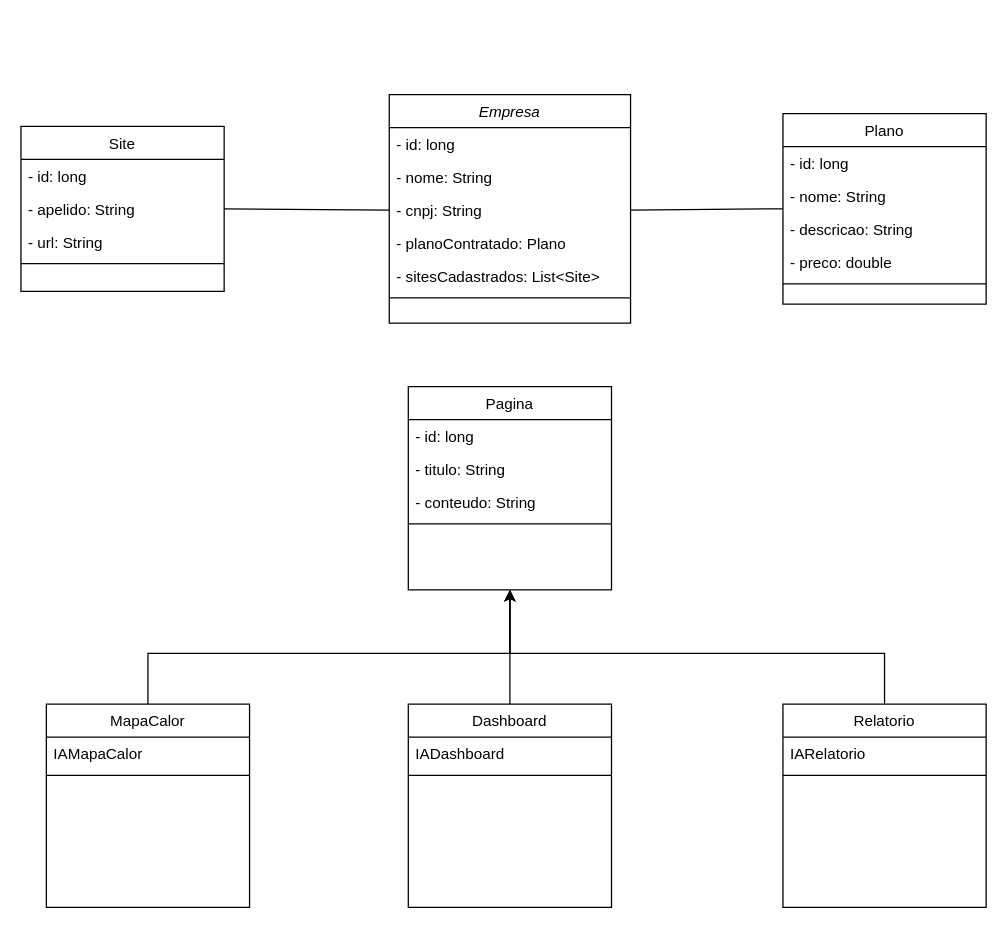
Santlago/HeatWise keeps this draw.io diagram as informacoes/diagrama-de-classes/HeatWise.drawio. Above is the earlier version. Source tidied: cells renumbered, new cells numbered last; positions are measured from the earlier drawing's top-left corner, leaving out a move shared by most shapes. Both pictures are drawn from the tidied source at 127%, with x=0, y=0 at pixel (20, 94).
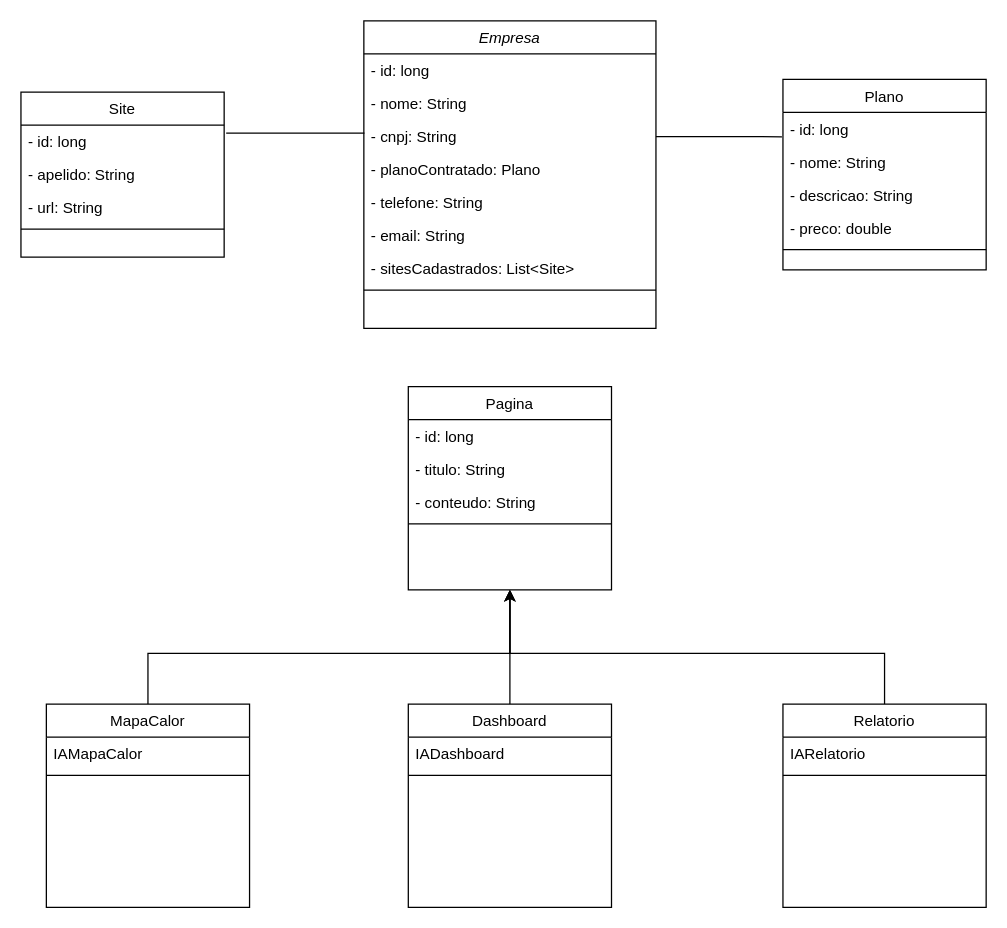
After the change.

The change refers to these unchanged cells:
```xml
<mxCell id="10" value="- id: long" style="text;align=left;verticalAlign=top;spacingLeft=4;spacingRight=4;overflow=hidden;points=[[0,0.5],[1,0.5]];portConstraint=eastwest;" parent="9" vertex="1">
  <mxGeometry y="26" width="160" height="26" as="geometry" />
</mxCell>
<mxCell id="11" value="- apelido: String" style="text;align=left;verticalAlign=top;spacingLeft=4;spacingRight=4;overflow=hidden;points=[[0,0.5],[1,0.5]];portConstraint=eastwest;rounded=0;shadow=0;html=0;" parent="9" vertex="1">
  <mxGeometry y="52" width="160" height="26" as="geometry" />
</mxCell>
<mxCell id="15" value="- id: long" style="text;align=left;verticalAlign=top;spacingLeft=4;spacingRight=4;overflow=hidden;points=[[0,0.5],[1,0.5]];portConstraint=eastwest;" parent="14" vertex="1">
  <mxGeometry y="26" width="160" height="26" as="geometry" />
</mxCell>
<mxCell id="16" value="- nome: String" style="text;align=left;verticalAlign=top;spacingLeft=4;spacingRight=4;overflow=hidden;points=[[0,0.5],[1,0.5]];portConstraint=eastwest;rounded=0;shadow=0;html=0;" parent="14" vertex="1">
  <mxGeometry y="52" width="160" height="26" as="geometry" />
</mxCell>
```

The edit, as a diff of the source:
```diff
@@
     <mxCell id="2" value="Empresa" style="swimlane;fontStyle=2;align=center;verticalAlign=top;horizontal=1;startSize=26;rounded=0;shadow=0;strokeWidth=1;" parent="1" vertex="1">
-      <mxGeometry x="290" width="190" height="180" as="geometry" />
+      <mxGeometry x="270" y="-58" width="230" height="242" as="geometry" />
     </mxCell>
     <mxCell id="3" value="- id: long" style="text;align=left;verticalAlign=top;spacingLeft=4;spacingRight=4;overflow=hidden;" parent="2" vertex="1">
-      <mxGeometry y="26" width="190" height="26" as="geometry" />
+      <mxGeometry y="26" width="230" height="26" as="geometry" />
     </mxCell>
     <mxCell id="4" value="- nome: String" style="text;align=left;verticalAlign=top;spacingLeft=4;spacingRight=4;overflow=hidden;rounded=0;shadow=0;html=0;" parent="2" vertex="1">
-      <mxGeometry y="52" width="190" height="26" as="geometry" />
+      <mxGeometry y="52" width="230" height="26" as="geometry" />
     </mxCell>
     <mxCell id="5" value="- cnpj: String" style="text;align=left;verticalAlign=top;spacingLeft=4;spacingRight=4;overflow=hidden;points=[[0,0.5],[1,0.5]];portConstraint=eastwest;rounded=0;shadow=0;html=0;" parent="2" vertex="1">
-      <mxGeometry y="78" width="190" height="26" as="geometry" />
+      <mxGeometry y="78" width="230" height="26" as="geometry" />
     </mxCell>
     <mxCell id="6" value="- planoContratado: Plano" style="text;align=left;verticalAlign=top;spacingLeft=4;spacingRight=4;overflow=hidden;rounded=0;shadow=0;html=0;" parent="2" vertex="1">
-      <mxGeometry y="104" width="190" height="26" as="geometry" />
+      <mxGeometry y="104" width="230" height="26" as="geometry" />
     </mxCell>
+    <mxCell id="39" value="- telefone: String" style="text;align=left;verticalAlign=top;spacingLeft=4;spacingRight=4;overflow=hidden;rounded=0;shadow=0;html=0;" parent="2" vertex="1">
+      <mxGeometry y="130" width="230" height="26" as="geometry" />
+    </mxCell>
+    <mxCell id="40" value="- email: String" style="text;align=left;verticalAlign=top;spacingLeft=4;spacingRight=4;overflow=hidden;rounded=0;shadow=0;html=0;" parent="2" vertex="1">
+      <mxGeometry y="156" width="230" height="26" as="geometry" />
+    </mxCell>
     <mxCell id="7" value="- sitesCadastrados: List&lt;Site&gt;" style="text;align=left;verticalAlign=top;spacingLeft=4;spacingRight=4;overflow=hidden;rounded=0;shadow=0;html=0;" parent="2" vertex="1">
-      <mxGeometry y="130" width="190" height="26" as="geometry" />
+      <mxGeometry y="182" width="230" height="26" as="geometry" />
     </mxCell>
     <mxCell id="8" style="line;html=1;strokeWidth=1;align=left;verticalAlign=middle;spacingTop=-1;spacingLeft=3;spacingRight=3;labelPosition=right;" parent="2" vertex="1">
-      <mxGeometry y="156" width="190" height="8" as="geometry" />
+      <mxGeometry y="208" width="230" height="8" as="geometry" />
     </mxCell>
     <mxCell id="9" value="Site" style="swimlane;fontStyle=0;align=center;verticalAlign=top;horizontal=1;startSize=26;rounded=0;shadow=0;strokeWidth=1;" parent="1" vertex="1">
-      <mxGeometry y="25" width="160" height="130" as="geometry" />
+      <mxGeometry y="-2" width="160" height="130" as="geometry" />
     </mxCell>
@@
     <mxCell id="14" value="Plano" style="swimlane;fontStyle=0;align=center;verticalAlign=top;horizontal=1;startSize=26;rounded=0;shadow=0;strokeWidth=1;" parent="1" vertex="1">
-      <mxGeometry x="600" y="15" width="160" height="150" as="geometry" />
+      <mxGeometry x="600" y="-12" width="160" height="150" as="geometry" />
     </mxCell>
@@
-    <mxCell id="37" style="endArrow=none;html=1;rounded=0;exitX=1;exitY=0.5;exitDx=0;exitDy=0;entryX=0;entryY=0.5;entryDx=0;entryDy=0;" parent="1" edge="1" source="11" target="5">
+    <mxCell id="37" style="endArrow=none;html=1;rounded=0;exitX=1.01;exitY=0.246;exitDx=0;exitDy=0;entryX=0.002;entryY=0.4;entryDx=0;entryDy=0;exitPerimeter=0;entryPerimeter=0;" parent="1" edge="1" source="10" target="5">
       <mxGeometry relative="1" as="geometry" />
     </mxCell>
-    <mxCell id="38" style="endArrow=none;html=1;rounded=0;exitX=1;exitY=0.5;exitDx=0;exitDy=0;entryX=-0.001;entryY=0.881;entryDx=0;entryDy=0;entryPerimeter=0;" parent="1" edge="1" source="5" target="16">
+    <mxCell id="38" style="endArrow=none;html=1;rounded=0;exitX=1;exitY=0.5;exitDx=0;exitDy=0;entryX=-0.005;entryY=0.738;entryDx=0;entryDy=0;entryPerimeter=0;" parent="1" edge="1" source="5" target="15">
       <mxGeometry relative="1" as="geometry" />
     </mxCell>
```
